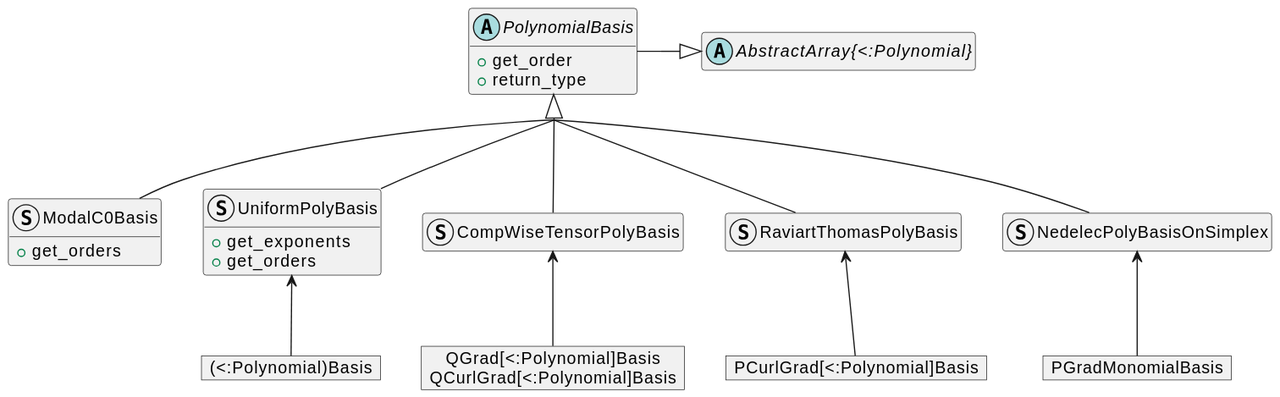
Before: docs/src/assets/poly_2.svg, a diagram exported from PlantUML (gridap/Gridap.jl).
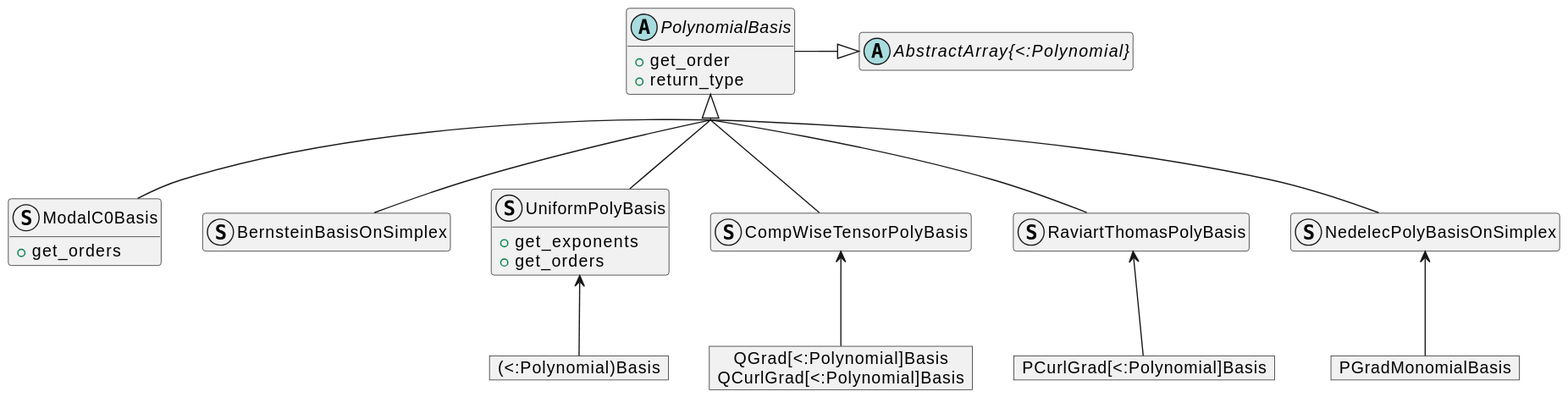
After the change.

Commit message:
cleaning and documenting BernsteinBasisOnSimplex

Diff of the diagram source:
```diff
@@ -19,6 +19,7 @@
   struct CompWiseTensorPolyBasis
   struct RaviartThomasPolyBasis
   struct NedelecPolyBasisOnSimplex
+  struct BernsteinBasisOnSimplex
   struct ModalC0Basis {
     +get_orders
   }
@@ -28,6 +29,7 @@
 PolynomialBasis <|-- CompWiseTensorPolyBasis
 PolynomialBasis <|-- RaviartThomasPolyBasis
 PolynomialBasis <|-- NedelecPolyBasisOnSimplex
+PolynomialBasis <|-- BernsteinBasisOnSimplex
 PolynomialBasis <|-- ModalC0Basis
 
 object "(<:Polynomial)Basis" as m1
```
